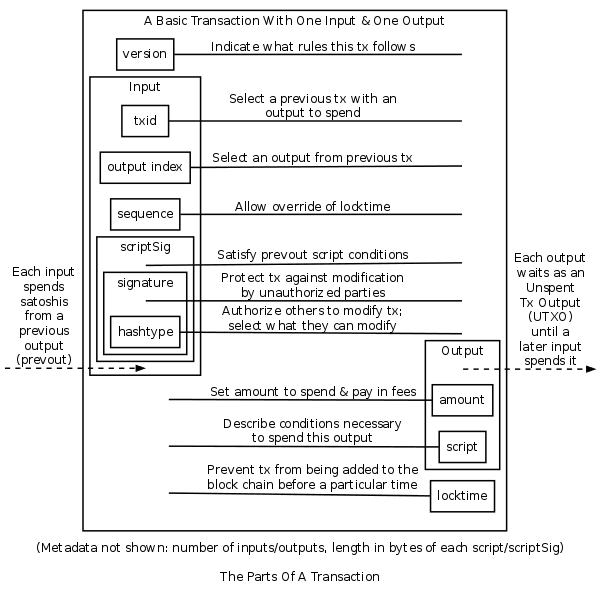
Earlier version of the Graphviz export img/dev/en-tx-overview.png (bitcoin-dot-org/Bitcoin.org). Its source is kept beside it as img/dev/en-tx-overview.dot. Source of this version:
```dot
digraph blockchain {

size=6.25;
splines = "false";
rankdir=LR;
ranksep=0.1;

node [ penwidth=1.75, fontname="Sans", shape = box ];
edge [ penwidth=1.75, fontname="Sans" ];
graph [ penwidth=1.75, fontname="Sans" ];

nodesep = 0.25;

tophelp0 [style = invis, label="", width=0, height=0 ];
prevout [style = invis, label="", width=0, height=0 ];
nextout [style = invis, label="", width=0, height=0 ];

subgraph cluster_tx {
    version;
    subgraph cluster_input {
        sequence;
        vout [label="output index"];
        txid;
        input [style = invis, label="", width=0, height=0 ];

        subgraph cluster_scriptsig {
            label = "scriptSig"
            subgraph cluster_signature {
	hashtype;
	signature [style = invis, label="", width=0, height=0 ];
	label = "signature"
            }
            scriptsig [style = invis, label="", width=0, height=0 ];
        }
        label = "Input"
    }

    left0 [style = invis ];
    left1 [style = invis ];
    left2 [style = invis ];
    middle1 [style = invis, label="", width=0, height=0 ];
    middle2 [style = invis, label="", width=0, height=0 ];
    middle3 [style = invis, label="", width=0, height=1.05 ];
    middle4 [style = invis, label="", width=0, height=0 ];
    middle5 [style = invis, label="", width=0, height=0 ];
    middle6 [style = invis, label="", width=0, height=0 ];
    middle7 [style = invis, label="", width=0, height=0 ];
    middle0 [style = invis, label="", width=0, height=0 ];

    subgraph cluster_output {
        output [style = invis, label="", width=0, height=0 ];
        amount;
        script;
        label = "Output"
    }

    locktime;
    label = "A Basic Transaction With One Input & One Output"
}

prevout -> input [ style = "dashed", label = "Each input\nspends\nsatoshis\nfrom a\nprevious\noutput\n(prevout)" ];
output -> nextout [style="dashed", label = "Each output\nwaits as an\nUnspent\nTx Output\n(UTXO)\nuntil a\nlater input\nspends it"];
tophelp0 -> version [ style = invis ];

txid -> middle1 [ dir = none, label = "Select a previous tx with an\noutput to spend" ];
vout -> middle2 [ dir = none, label = "Select an output from previous tx" ];
sequence -> middle3 [ dir = none, label = "Allow override of locktime" ];
scriptsig -> middle4 [ dir = none, label = "Satisfy prevout script conditions" ];
signature -> middle5 [ dir = none, label = "Protect tx against modification\nby unauthorized parties" ];
hashtype -> middle6 [ dir = none, label = "Authorize others to modify tx;\nselect what they can modify" ];

version -> middle7 [ dir = none, label = "Indicate what rules this tx follows" ];
left2 -> locktime [ dir = none, label = "Prevent tx from being added to the\nblock chain before a particular time" ];

left0 -> amount [ dir = none, label = "Set amount to spend & pay in fees" ];
left1 -> script [ dir = none, label = "Describe conditions necessary\nto spend this output" ];


label = "(Metadata not shown: number of inputs/outputs, length in bytes of each script/scriptSig)\n \nThe Parts Of A Transaction"
}
```
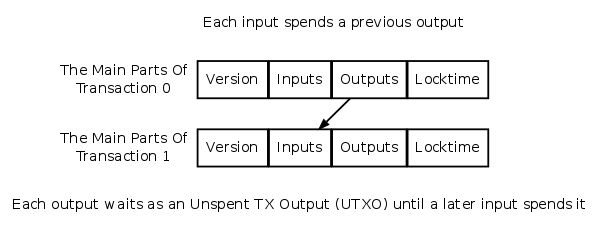
After the commit.

Commit message:
Revise TX Overview Image

What changed in the source:
```diff
@@ -1,80 +1,51 @@
-digraph blockchain {
+digraph tx_overview {
 
 size=6.25;
 splines = "false";
 rankdir=LR;
-ranksep=0.1;
+rankdir=TB;
+ranksep=0.001;
+nodesep=0.01;
 
 node [ penwidth=1.75, fontname="Sans", shape = box ];
 edge [ penwidth=1.75, fontname="Sans" ];
 graph [ penwidth=1.75, fontname="Sans" ];
 
-nodesep = 0.25;
+subgraph cluster_tx {
+    Locktime;
+    Outputs;
+    Inputs;
+    Version;
+    tx0_label [ shape = "none", label = "The Main Parts Of\nTransaction 0" ];
 
-tophelp0 [style = invis, label="", width=0, height=0 ];
-prevout [style = invis, label="", width=0, height=0 ];
-nextout [style = invis, label="", width=0, height=0 ];
-
-subgraph cluster_tx {
-    version;
-    subgraph cluster_input {
-        sequence;
-        vout [label="output index"];
-        txid;
-        input [style = invis, label="", width=0, height=0 ];
-
-        subgraph cluster_scriptsig {
-            label = "scriptSig"
-            subgraph cluster_signature {
-	hashtype;
-	signature [style = invis, label="", width=0, height=0 ];
-	label = "signature"
-            }
-            scriptsig [style = invis, label="", width=0, height=0 ];
-        }
-        label = "Input"
-    }
-
-    left0 [style = invis ];
-    left1 [style = invis ];
-    left2 [style = invis ];
-    middle1 [style = invis, label="", width=0, height=0 ];
-    middle2 [style = invis, label="", width=0, height=0 ];
-    middle3 [style = invis, label="", width=0, height=1.05 ];
-    middle4 [style = invis, label="", width=0, height=0 ];
-    middle5 [style = invis, label="", width=0, height=0 ];
-    middle6 [style = invis, label="", width=0, height=0 ];
-    middle7 [style = invis, label="", width=0, height=0 ];
-    middle0 [style = invis, label="", width=0, height=0 ];
-
-    subgraph cluster_output {
-        output [style = invis, label="", width=0, height=0 ];
-        amount;
-        script;
-        label = "Output"
-    }
-
-    locktime;
-    label = "A Basic Transaction With One Input & One Output"
+    labelloc = b
+    graph [ penwidth=0 ];
 }
 
-prevout -> input [ style = "dashed", label = "Each input\nspends\nsatoshis\nfrom a\nprevious\noutput\n(prevout)" ];
-output -> nextout [style="dashed", label = "Each output\nwaits as an\nUnspent\nTx Output\n(UTXO)\nuntil a\nlater input\nspends it"];
-tophelp0 -> version [ style = invis ];
+    tx_label [ shape = "none", label = "Each input spends a previous output" ];
+    tx_label -> Inputs [ style = "invis" ];
+    tx_label -> Outputs [ style = "invis" ];
 
-txid -> middle1 [ dir = none, label = "Select a previous tx with an\noutput to spend" ];
-vout -> middle2 [ dir = none, label = "Select an output from previous tx" ];
-sequence -> middle3 [ dir = none, label = "Allow override of locktime" ];
-scriptsig -> middle4 [ dir = none, label = "Satisfy prevout script conditions" ];
-signature -> middle5 [ dir = none, label = "Protect tx against modification\nby unauthorized parties" ];
-hashtype -> middle6 [ dir = none, label = "Authorize others to modify tx;\nselect what they can modify" ];
+subgraph cluster_tx1 {
+    Version1 [ label = "Version" ];
+    Inputs1 [ label = "Inputs" ];
+    Outputs1 [ label = "Outputs" ];
+    Locktime1 [ label = "Locktime" ];
+    tx1_label [ shape = "none", label = "The Main Parts Of\nTransaction 1" ];
 
-version -> middle7 [ dir = none, label = "Indicate what rules this tx follows" ];
-left2 -> locktime [ dir = none, label = "Prevent tx from being added to the\nblock chain before a particular time" ];
+    labelloc = b
+    graph [ penwidth=0 ];
+}
 
-left0 -> amount [ dir = none, label = "Set amount to spend & pay in fees" ];
-left1 -> script [ dir = none, label = "Describe conditions necessary\nto spend this output" ];
+utxos [ shape = "none", label = "Each output waits as an Unspent TX Output (UTXO) until a later input spends it" ];
+
+Locktime -> Locktime1 [ style = "invis", weight = 3 ];
+Version -> Version1 [ style = "invis", weight = 3 ];
+Inputs -> Inputs1 [ style = "invis", weight = 3 ];
+Outputs -> Outputs1 [ style = "invis", weight = 3 ];
+Outputs -> Inputs1 [weight = 0 ];
 
 
-label = "(Metadata not shown: number of inputs/outputs, length in bytes of each script/scriptSig)\n \nThe Parts Of A Transaction"
+Inputs1 -> utxos [ style = "invis" ];
+
 }
```
